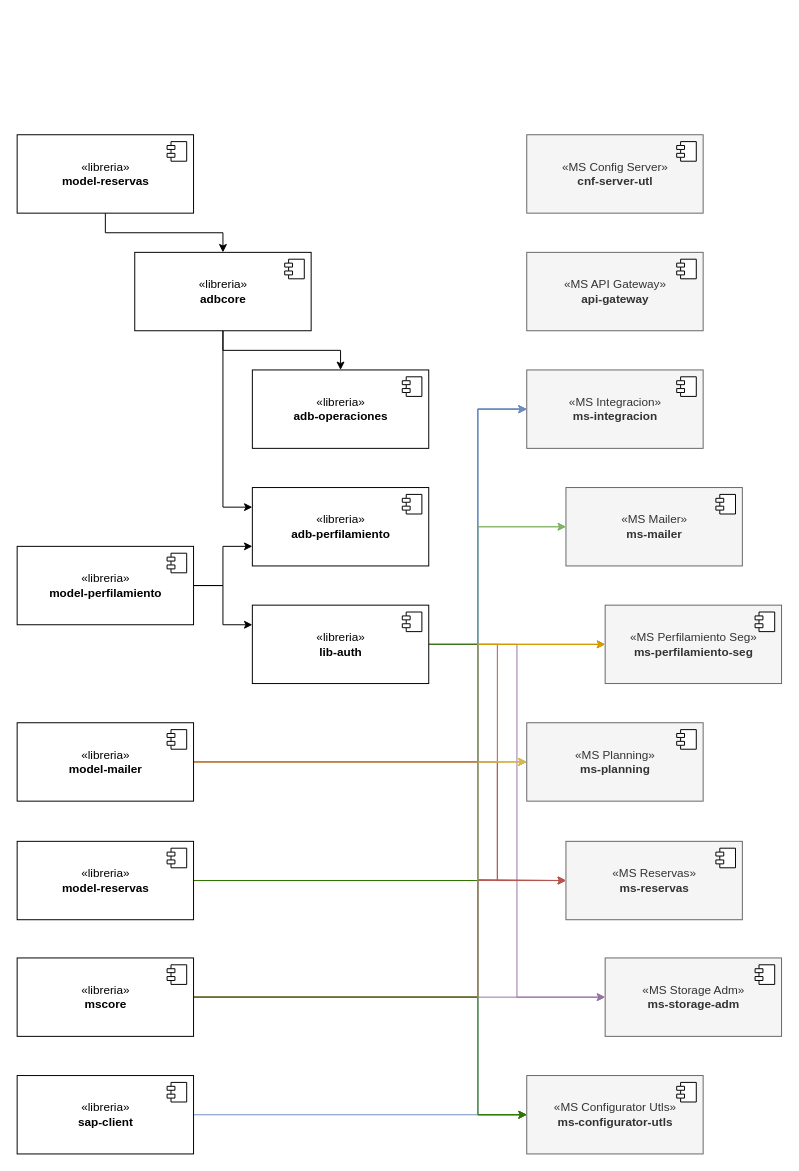
Before: globalr/DependenciaReservas.drawio in agasperi/drawio, a draw.io diagram. Source tidied: cells renumbered, new cells numbered last; positions are measured from the earlier drawing's top-left corner, leaving out a move shared by most shapes. Both pictures are drawn from the tidied source at 98%, with x=0, y=0 at pixel (17, 134).
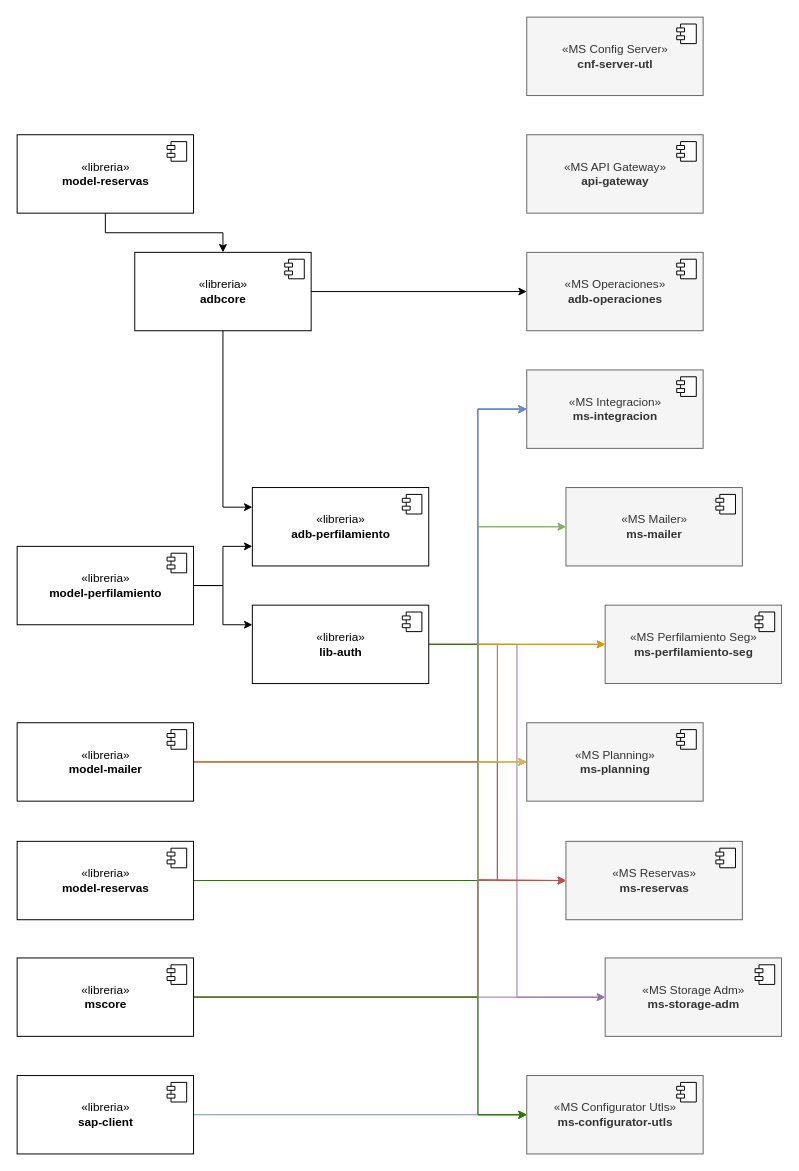
Above is the later version.

Commit message:
Update ADB Operaciones

What changed in the source:
```diff
@@
-    <mxCell id="2" value="«libreria»&lt;br&gt;&lt;b&gt;adb-operaciones&lt;/b&gt;" style="html=1;" parent="1" vertex="1">
-      <mxGeometry x="240" y="240" width="180" height="80" as="geometry" />
+    <mxCell id="2" value="«MS Operaciones»&lt;br&gt;&lt;b&gt;adb-operaciones&lt;/b&gt;" style="html=1;fillColor=#f5f5f5;fontColor=#333333;strokeColor=#666666;" parent="1" vertex="1">
+      <mxGeometry x="520" y="120" width="180" height="80" as="geometry" />
     </mxCell>
@@
     <mxCell id="17" value="«MS Config Server»&lt;br&gt;&lt;b&gt;cnf-server-utl&lt;/b&gt;" style="html=1;fillColor=#f5f5f5;fontColor=#333333;strokeColor=#666666;" parent="1" vertex="1">
-      <mxGeometry x="520" width="180" height="80" as="geometry" />
+      <mxGeometry x="520" y="-120" width="180" height="80" as="geometry" />
     </mxCell>
@@
     <mxCell id="65" value="«MS API Gateway»&lt;br&gt;&lt;b&gt;api-gateway&lt;/b&gt;" style="html=1;fillColor=#f5f5f5;fontColor=#333333;strokeColor=#666666;" parent="1" vertex="1">
-      <mxGeometry x="520" y="120" width="180" height="80" as="geometry" />
+      <mxGeometry x="520" width="180" height="80" as="geometry" />
     </mxCell>
```
